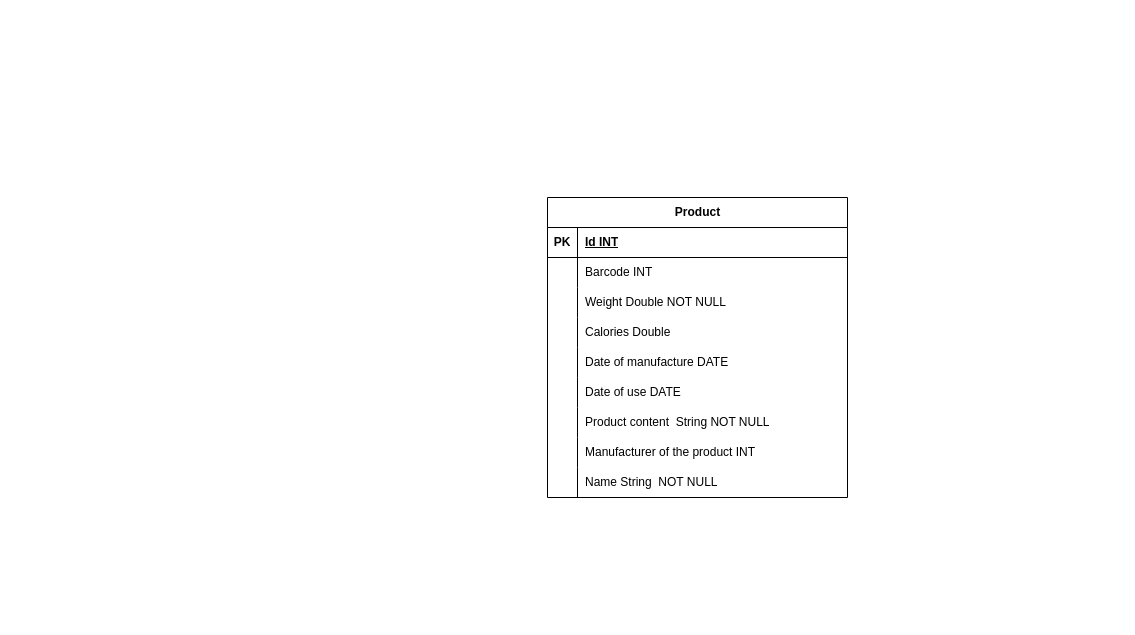
Earlier version of the draw.io diagram Diagram.drawio (1234sleepy/ProductManagerBot). Source tidied: cells renumbered, new cells numbered last; positions are measured from the earlier drawing's top-left corner, leaving out a move shared by most shapes. Both pictures are drawn from the tidied source at 100%, with x=0, y=0 at pixel (547, 197).
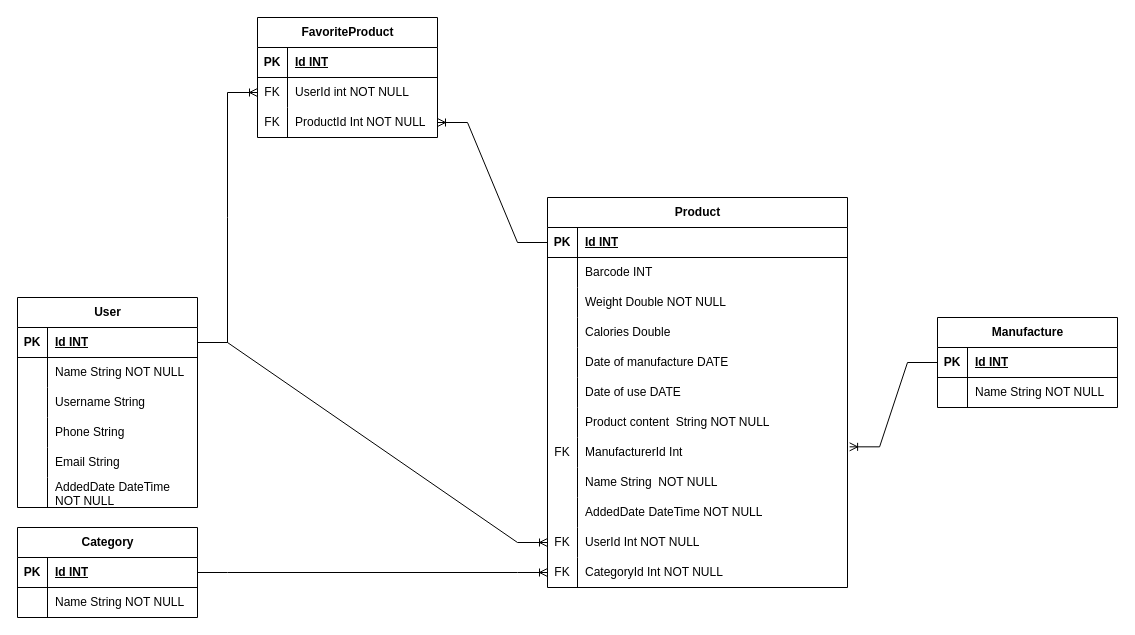
The same diagram, later.

Unchanged cells that the change refers to:
```xml
<mxCell id="3" style="shape=tableRow;horizontal=0;startSize=0;swimlaneHead=0;swimlaneBody=0;fillColor=none;points=[[0,0.5],[1,0.5]];portConstraint=eastwest;top=0;left=0;right=0;bottom=1;" parent="2" vertex="1">
  <mxGeometry y="30" width="300" height="30" as="geometry" />
</mxCell>
<mxCell id="24" style="shape=tableRow;horizontal=0;startSize=0;swimlaneHead=0;swimlaneBody=0;fillColor=none;points=[[0,0.5],[1,0.5]];portConstraint=eastwest;top=0;left=0;right=0;bottom=0;" parent="2" vertex="1">
  <mxGeometry y="240" width="300" height="30" as="geometry" />
</mxCell>
```

What changed in the source:
```diff
@@
     <mxCell id="2" value="Product" style="shape=table;startSize=30;childLayout=tableLayout;rowLines=0;fontStyle=1;align=center;html=1;" parent="1" vertex="1">
-      <mxGeometry width="300" height="300" as="geometry" />
+      <mxGeometry width="300" height="390" as="geometry" />
     </mxCell>
@@
-    <mxCell id="25" style="shape=partialRectangle;fillColor=none;top=0;left=0;bottom=0;right=0;overflow=hidden;whiteSpace=wrap;html=1;" parent="24" vertex="1">
+    <mxCell id="25" value="FK" style="shape=partialRectangle;fillColor=none;top=0;left=0;bottom=0;right=0;overflow=hidden;whiteSpace=wrap;html=1;" parent="24" vertex="1">
       <mxGeometry width="30" height="30" as="geometry" />
     </mxCell>
-    <mxCell id="26" value="Manufacturer of the product INT" style="shape=partialRectangle;fillColor=none;top=0;left=0;bottom=0;right=0;align=left;spacingLeft=6;overflow=hidden;whiteSpace=wrap;html=1;" parent="24" vertex="1">
+    <mxCell id="26" value="ManufacturerId Int&amp;nbsp;" style="shape=partialRectangle;fillColor=none;top=0;left=0;bottom=0;right=0;align=left;spacingLeft=6;overflow=hidden;whiteSpace=wrap;html=1;" parent="24" vertex="1">
       <mxGeometry x="30" width="270" height="30" as="geometry" />
     </mxCell>
@@
+    <mxCell id="30" style="shape=tableRow;horizontal=0;startSize=0;swimlaneHead=0;swimlaneBody=0;fillColor=none;top=0;left=0;right=0;bottom=0;" parent="2" vertex="1">
+      <mxGeometry y="300" width="300" height="30" as="geometry" />
+    </mxCell>
+    <mxCell id="31" style="shape=partialRectangle;fillColor=none;top=0;left=0;bottom=0;right=0;overflow=hidden;whiteSpace=wrap;html=1;" parent="30" vertex="1">
+      <mxGeometry width="30" height="30" as="geometry" />
+    </mxCell>
+    <mxCell id="32" value="AddedDate DateTime NOT NULL" style="shape=partialRectangle;fillColor=none;top=0;left=0;bottom=0;right=0;align=left;spacingLeft=6;overflow=hidden;whiteSpace=wrap;html=1;" parent="30" vertex="1">
+      <mxGeometry x="30" width="270" height="30" as="geometry" />
+    </mxCell>
+    <mxCell id="33" style="shape=tableRow;horizontal=0;startSize=0;swimlaneHead=0;swimlaneBody=0;fillColor=none;points=[[0,0.5],[1,0.5]];portConstraint=eastwest;top=0;left=0;right=0;bottom=0;" parent="2" vertex="1">
+      <mxGeometry y="330" width="300" height="30" as="geometry" />
+    </mxCell>
+    <mxCell id="34" value="FK" style="shape=partialRectangle;fillColor=none;top=0;left=0;bottom=0;right=0;overflow=hidden;whiteSpace=wrap;html=1;" parent="33" vertex="1">
+      <mxGeometry width="30" height="30" as="geometry" />
+    </mxCell>
+    <mxCell id="35" value="UserId Int NOT NULL" style="shape=partialRectangle;fillColor=none;top=0;left=0;bottom=0;right=0;align=left;spacingLeft=6;overflow=hidden;whiteSpace=wrap;html=1;" parent="33" vertex="1">
+      <mxGeometry x="30" width="270" height="30" as="geometry" />
+    </mxCell>
+    <mxCell id="36" style="shape=tableRow;horizontal=0;startSize=0;swimlaneHead=0;swimlaneBody=0;fillColor=none;points=[[0,0.5],[1,0.5]];portConstraint=eastwest;top=0;left=0;right=0;bottom=0;" parent="2" vertex="1">
+      <mxGeometry y="360" width="300" height="30" as="geometry" />
+    </mxCell>
+    <mxCell id="37" value="FK" style="shape=partialRectangle;fillColor=none;top=0;left=0;bottom=0;right=0;overflow=hidden;whiteSpace=wrap;html=1;" parent="36" vertex="1">
+      <mxGeometry width="30" height="30" as="geometry" />
+    </mxCell>
+    <mxCell id="38" value="CategoryId Int NOT NULL" style="shape=partialRectangle;fillColor=none;top=0;left=0;bottom=0;right=0;align=left;spacingLeft=6;overflow=hidden;whiteSpace=wrap;html=1;" parent="36" vertex="1">
+      <mxGeometry x="30" width="270" height="30" as="geometry" />
+    </mxCell>
+    <mxCell id="39" value="User" style="shape=table;startSize=30;childLayout=tableLayout;rowLines=0;fontStyle=1;align=center;html=1;" parent="1" vertex="1">
+      <mxGeometry x="-530" y="100" width="180" height="210" as="geometry" />
+    </mxCell>
+    <mxCell id="40" style="shape=tableRow;horizontal=0;startSize=0;swimlaneHead=0;swimlaneBody=0;fillColor=none;points=[[0,0.5],[1,0.5]];portConstraint=eastwest;top=0;left=0;right=0;bottom=1;" parent="39" vertex="1">
+      <mxGeometry y="30" width="180" height="30" as="geometry" />
+    </mxCell>
+    <mxCell id="41" value="PK" style="shape=partialRectangle;fillColor=none;top=0;left=0;bottom=0;right=0;fontStyle=1;overflow=hidden;whiteSpace=wrap;html=1;" parent="40" vertex="1">
+      <mxGeometry width="30" height="30" as="geometry" />
+    </mxCell>
+    <mxCell id="42" value="Id INT" style="shape=partialRectangle;fillColor=none;top=0;left=0;bottom=0;right=0;align=left;spacingLeft=6;fontStyle=5;overflow=hidden;whiteSpace=wrap;html=1;" parent="40" vertex="1">
+      <mxGeometry x="30" width="150" height="30" as="geometry" />
+    </mxCell>
+    <mxCell id="43" style="shape=tableRow;horizontal=0;startSize=0;swimlaneHead=0;swimlaneBody=0;fillColor=none;top=0;left=0;right=0;bottom=0;" parent="39" vertex="1">
+      <mxGeometry y="60" width="180" height="30" as="geometry" />
+    </mxCell>
+    <mxCell id="44" style="shape=partialRectangle;fillColor=none;top=0;left=0;bottom=0;right=0;overflow=hidden;whiteSpace=wrap;html=1;" parent="43" vertex="1">
+      <mxGeometry width="30" height="30" as="geometry" />
+    </mxCell>
+    <mxCell id="45" value="Name String NOT NULL" style="shape=partialRectangle;fillColor=none;top=0;left=0;bottom=0;right=0;align=left;spacingLeft=6;overflow=hidden;whiteSpace=wrap;html=1;" parent="43" vertex="1">
+      <mxGeometry x="30" width="150" height="30" as="geometry" />
+    </mxCell>
+    <mxCell id="46" style="shape=tableRow;horizontal=0;startSize=0;swimlaneHead=0;swimlaneBody=0;fillColor=none;top=0;left=0;right=0;bottom=0;" parent="39" vertex="1">
+      <mxGeometry y="90" width="180" height="30" as="geometry" />
+    </mxCell>
+    <mxCell id="47" style="shape=partialRectangle;fillColor=none;top=0;left=0;bottom=0;right=0;overflow=hidden;whiteSpace=wrap;html=1;" parent="46" vertex="1">
+      <mxGeometry width="30" height="30" as="geometry" />
+    </mxCell>
+    <mxCell id="48" value="Username String" style="shape=partialRectangle;fillColor=none;top=0;left=0;bottom=0;right=0;align=left;spacingLeft=6;overflow=hidden;whiteSpace=wrap;html=1;" parent="46" vertex="1">
+      <mxGeometry x="30" width="150" height="30" as="geometry" />
+    </mxCell>
+    <mxCell id="49" style="shape=tableRow;horizontal=0;startSize=0;swimlaneHead=0;swimlaneBody=0;fillColor=none;top=0;left=0;right=0;bottom=0;" parent="39" vertex="1">
+      <mxGeometry y="120" width="180" height="30" as="geometry" />
+    </mxCell>
+    <mxCell id="50" style="shape=partialRectangle;fillColor=none;top=0;left=0;bottom=0;right=0;overflow=hidden;whiteSpace=wrap;html=1;" parent="49" vertex="1">
+      <mxGeometry width="30" height="30" as="geometry" />
+    </mxCell>
+    <mxCell id="51" value="Phone String" style="shape=partialRectangle;fillColor=none;top=0;left=0;bottom=0;right=0;align=left;spacingLeft=6;overflow=hidden;whiteSpace=wrap;html=1;" parent="49" vertex="1">
+      <mxGeometry x="30" width="150" height="30" as="geometry" />
+    </mxCell>
+    <mxCell id="52" style="shape=tableRow;horizontal=0;startSize=0;swimlaneHead=0;swimlaneBody=0;fillColor=none;top=0;left=0;right=0;bottom=0;" parent="39" vertex="1">
+      <mxGeometry y="150" width="180" height="30" as="geometry" />
+    </mxCell>
+    <mxCell id="53" style="shape=partialRectangle;fillColor=none;top=0;left=0;bottom=0;right=0;overflow=hidden;whiteSpace=wrap;html=1;" parent="52" vertex="1">
+      <mxGeometry width="30" height="30" as="geometry" />
+    </mxCell>
+    <mxCell id="54" value="Email String&amp;nbsp;" style="shape=partialRectangle;fillColor=none;top=0;left=0;bottom=0;right=0;align=left;spacingLeft=6;overflow=hidden;whiteSpace=wrap;html=1;" parent="52" vertex="1">
+      <mxGeometry x="30" width="150" height="30" as="geometry" />
+    </mxCell>
+    <mxCell id="55" style="shape=tableRow;horizontal=0;startSize=0;swimlaneHead=0;swimlaneBody=0;fillColor=none;top=0;left=0;right=0;bottom=0;" parent="39" vertex="1">
+      <mxGeometry y="180" width="180" height="30" as="geometry" />
+    </mxCell>
+    <mxCell id="56" style="shape=partialRectangle;fillColor=none;top=0;left=0;bottom=0;right=0;overflow=hidden;whiteSpace=wrap;html=1;" parent="55" vertex="1">
+      <mxGeometry width="30" height="30" as="geometry" />
+    </mxCell>
+    <mxCell id="57" value="AddedDate DateTime NOT NULL" style="shape=partialRectangle;fillColor=none;top=0;left=0;bottom=0;right=0;align=left;spacingLeft=6;overflow=hidden;whiteSpace=wrap;html=1;" parent="55" vertex="1">
+      <mxGeometry x="30" width="150" height="30" as="geometry" />
+    </mxCell>
+    <mxCell id="58" style="edgeStyle=entityRelationEdgeStyle;fontSize=12;html=1;endArrow=ERoneToMany;rounded=0;exitX=1;exitY=0.5;exitDx=0;exitDy=0;entryX=0;entryY=0.5;entryDx=0;entryDy=0;" parent="1" edge="1" source="40" target="33">
+      <mxGeometry relative="1" as="geometry" />
+    </mxCell>
+    <mxCell id="59" value="Category" style="shape=table;startSize=30;childLayout=tableLayout;rowLines=0;fontStyle=1;align=center;html=1;" parent="1" vertex="1">
+      <mxGeometry x="-530" y="330" width="180" height="90" as="geometry" />
+    </mxCell>
+    <mxCell id="60" style="shape=tableRow;horizontal=0;startSize=0;swimlaneHead=0;swimlaneBody=0;fillColor=none;points=[[0,0.5],[1,0.5]];portConstraint=eastwest;top=0;left=0;right=0;bottom=1;" parent="59" vertex="1">
+      <mxGeometry y="30" width="180" height="30" as="geometry" />
+    </mxCell>
+    <mxCell id="61" value="PK" style="shape=partialRectangle;fillColor=none;top=0;left=0;bottom=0;right=0;fontStyle=1;overflow=hidden;whiteSpace=wrap;html=1;" parent="60" vertex="1">
+      <mxGeometry width="30" height="30" as="geometry" />
+    </mxCell>
+    <mxCell id="62" value="Id INT" style="shape=partialRectangle;fillColor=none;top=0;left=0;bottom=0;right=0;align=left;spacingLeft=6;fontStyle=5;overflow=hidden;whiteSpace=wrap;html=1;" parent="60" vertex="1">
+      <mxGeometry x="30" width="150" height="30" as="geometry" />
+    </mxCell>
+    <mxCell id="63" style="shape=tableRow;horizontal=0;startSize=0;swimlaneHead=0;swimlaneBody=0;fillColor=none;top=0;left=0;right=0;bottom=0;" parent="59" vertex="1">
+      <mxGeometry y="60" width="180" height="30" as="geometry" />
+    </mxCell>
+    <mxCell id="64" style="shape=partialRectangle;fillColor=none;top=0;left=0;bottom=0;right=0;overflow=hidden;whiteSpace=wrap;html=1;" parent="63" vertex="1">
+      <mxGeometry width="30" height="30" as="geometry" />
+    </mxCell>
+    <mxCell id="65" value="Name String NOT NULL" style="shape=partialRectangle;fillColor=none;top=0;left=0;bottom=0;right=0;align=left;spacingLeft=6;overflow=hidden;whiteSpace=wrap;html=1;" parent="63" vertex="1">
+      <mxGeometry x="30" width="150" height="30" as="geometry" />
+    </mxCell>
+    <mxCell id="66" style="edgeStyle=entityRelationEdgeStyle;fontSize=12;html=1;endArrow=ERoneToMany;rounded=0;entryX=0;entryY=0.5;entryDx=0;entryDy=0;exitX=1;exitY=0.5;exitDx=0;exitDy=0;" parent="1" edge="1" source="60" target="36">
+      <mxGeometry relative="1" as="geometry" />
+    </mxCell>
+    <mxCell id="67" value="Manufacture" style="shape=table;startSize=30;childLayout=tableLayout;rowLines=0;fontStyle=1;align=center;html=1;" parent="1" vertex="1">
+      <mxGeometry x="390" y="120" width="180" height="90" as="geometry" />
+    </mxCell>
+    <mxCell id="68" style="shape=tableRow;horizontal=0;startSize=0;swimlaneHead=0;swimlaneBody=0;fillColor=none;points=[[0,0.5],[1,0.5]];portConstraint=eastwest;top=0;left=0;right=0;bottom=1;" parent="67" vertex="1">
+      <mxGeometry y="30" width="180" height="30" as="geometry" />
+    </mxCell>
+    <mxCell id="69" value="PK" style="shape=partialRectangle;fillColor=none;top=0;left=0;bottom=0;right=0;fontStyle=1;overflow=hidden;whiteSpace=wrap;html=1;" parent="68" vertex="1">
+      <mxGeometry width="30" height="30" as="geometry" />
+    </mxCell>
+    <mxCell id="70" value="Id INT" style="shape=partialRectangle;fillColor=none;top=0;left=0;bottom=0;right=0;align=left;spacingLeft=6;fontStyle=5;overflow=hidden;whiteSpace=wrap;html=1;" parent="68" vertex="1">
+      <mxGeometry x="30" width="150" height="30" as="geometry" />
+    </mxCell>
+    <mxCell id="71" style="shape=tableRow;horizontal=0;startSize=0;swimlaneHead=0;swimlaneBody=0;fillColor=none;top=0;left=0;right=0;bottom=0;" parent="67" vertex="1">
+      <mxGeometry y="60" width="180" height="30" as="geometry" />
+    </mxCell>
+    <mxCell id="72" style="shape=partialRectangle;fillColor=none;top=0;left=0;bottom=0;right=0;overflow=hidden;whiteSpace=wrap;html=1;" parent="71" vertex="1">
+      <mxGeometry width="30" height="30" as="geometry" />
+    </mxCell>
+    <mxCell id="73" value="Name String NOT NULL" style="shape=partialRectangle;fillColor=none;top=0;left=0;bottom=0;right=0;align=left;spacingLeft=6;overflow=hidden;whiteSpace=wrap;html=1;" parent="71" vertex="1">
+      <mxGeometry x="30" width="150" height="30" as="geometry" />
+    </mxCell>
+    <mxCell id="74" style="edgeStyle=entityRelationEdgeStyle;fontSize=12;html=1;endArrow=ERoneToMany;rounded=0;entryX=1.007;entryY=0.311;entryDx=0;entryDy=0;exitX=0;exitY=0.5;exitDx=0;exitDy=0;entryPerimeter=0;" parent="1" edge="1" source="68" target="24">
+      <mxGeometry relative="1" as="geometry" />
+    </mxCell>
+    <mxCell id="75" value="FavoriteProduct" style="shape=table;startSize=30;childLayout=tableLayout;rowLines=0;fontStyle=1;align=center;html=1;" parent="1" vertex="1">
+      <mxGeometry x="-290" y="-180" width="180" height="120" as="geometry" />
+    </mxCell>
+    <mxCell id="76" style="shape=tableRow;horizontal=0;startSize=0;swimlaneHead=0;swimlaneBody=0;fillColor=none;top=0;left=0;right=0;bottom=1;" parent="75" vertex="1">
+      <mxGeometry y="30" width="180" height="30" as="geometry" />
+    </mxCell>
+    <mxCell id="77" value="PK" style="shape=partialRectangle;fillColor=none;top=0;left=0;bottom=0;right=0;fontStyle=1;overflow=hidden;whiteSpace=wrap;html=1;" parent="76" vertex="1">
+      <mxGeometry width="30" height="30" as="geometry" />
+    </mxCell>
+    <mxCell id="78" value="Id INT" style="shape=partialRectangle;fillColor=none;top=0;left=0;bottom=0;right=0;align=left;spacingLeft=6;fontStyle=5;overflow=hidden;whiteSpace=wrap;html=1;" parent="76" vertex="1">
+      <mxGeometry x="30" width="150" height="30" as="geometry" />
+    </mxCell>
+    <mxCell id="79" style="shape=tableRow;horizontal=0;startSize=0;swimlaneHead=0;swimlaneBody=0;fillColor=none;points=[[0,0.5],[1,0.5]];portConstraint=eastwest;top=0;left=0;right=0;bottom=0;" parent="75" vertex="1">
+      <mxGeometry y="60" width="180" height="30" as="geometry" />
+    </mxCell>
+    <mxCell id="80" value="FK" style="shape=partialRectangle;fillColor=none;top=0;left=0;bottom=0;right=0;overflow=hidden;whiteSpace=wrap;html=1;" parent="79" vertex="1">
+      <mxGeometry width="30" height="30" as="geometry" />
+    </mxCell>
+    <mxCell id="81" value="UserId int NOT NULL" style="shape=partialRectangle;fillColor=none;top=0;left=0;bottom=0;right=0;align=left;spacingLeft=6;overflow=hidden;whiteSpace=wrap;html=1;" parent="79" vertex="1">
+      <mxGeometry x="30" width="150" height="30" as="geometry" />
+    </mxCell>
+    <mxCell id="82" style="shape=tableRow;horizontal=0;startSize=0;swimlaneHead=0;swimlaneBody=0;fillColor=none;points=[[0,0.5],[1,0.5]];portConstraint=eastwest;top=0;left=0;right=0;bottom=0;" parent="75" vertex="1">
+      <mxGeometry y="90" width="180" height="30" as="geometry" />
+    </mxCell>
+    <mxCell id="83" value="FK" style="shape=partialRectangle;fillColor=none;top=0;left=0;bottom=0;right=0;overflow=hidden;whiteSpace=wrap;html=1;" parent="82" vertex="1">
+      <mxGeometry width="30" height="30" as="geometry" />
+    </mxCell>
+    <mxCell id="84" value="ProductId Int NOT NULL" style="shape=partialRectangle;fillColor=none;top=0;left=0;bottom=0;right=0;align=left;spacingLeft=6;overflow=hidden;whiteSpace=wrap;html=1;" parent="82" vertex="1">
+      <mxGeometry x="30" width="150" height="30" as="geometry" />
+    </mxCell>
+    <mxCell id="85" style="edgeStyle=entityRelationEdgeStyle;fontSize=12;html=1;endArrow=ERoneToMany;rounded=0;exitX=1;exitY=0.5;exitDx=0;exitDy=0;entryX=0;entryY=0.5;entryDx=0;entryDy=0;" parent="1" edge="1" source="40" target="79">
+      <mxGeometry relative="1" as="geometry" />
+    </mxCell>
+    <mxCell id="86" style="edgeStyle=entityRelationEdgeStyle;fontSize=12;html=1;endArrow=ERoneToMany;rounded=0;exitX=0;exitY=0.5;exitDx=0;exitDy=0;entryX=1;entryY=0.5;entryDx=0;entryDy=0;" parent="1" edge="1" source="3" target="82">
+      <mxGeometry relative="1" as="geometry" />
+    </mxCell>
```
